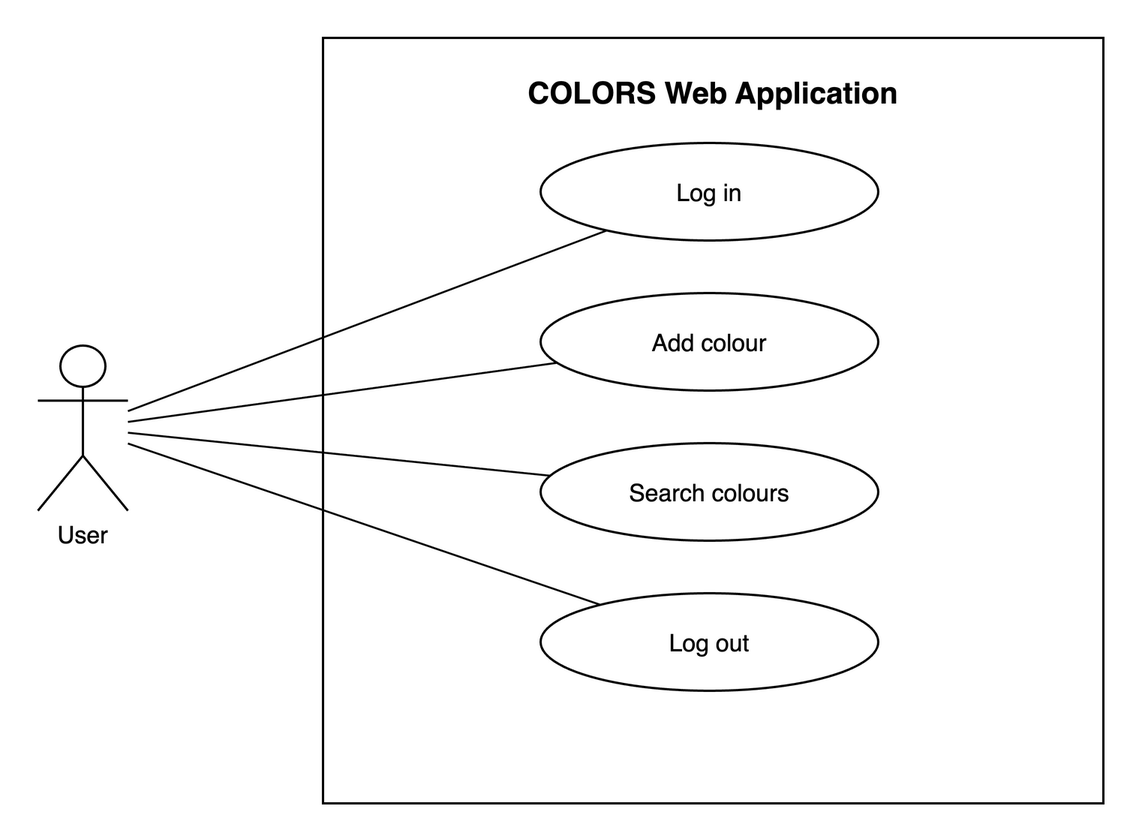
The draw.io diagram docs/uml/usecase.png in milesrack/colors-lamp, before a commit. Source tidied: cells renumbered, new cells last; positions are measured from the earlier drawing's top-left corner, leaving out a move shared by most shapes. Its diagram source:
```xml
<mxGraphModel background="#FFFFFF">
  <root>
    <mxCell id="0" />
    <mxCell id="1" parent="0" />
    <mxCell id="2" value="COLORS Web Application" style="html=1;whiteSpace=wrap;fontFamily=Helvetica;fontSize=16;fontColor=#000000;strokeColor=#000000;fillColor=#FFFFFF;strokeWidth=1.5;rounded=0;verticalAlign=top;spacingTop=18;fontStyle=1;fontSize=20;" parent="1" vertex="1">
      <mxGeometry x="190" width="520" height="510" as="geometry" />
    </mxCell>
    <mxCell id="3" value="User" style="html=1;whiteSpace=wrap;fontFamily=Helvetica;fontSize=16;fontColor=#000000;strokeColor=#000000;fillColor=#FFFFFF;strokeWidth=1.5;shape=umlActor;verticalLabelPosition=bottom;verticalAlign=top;" parent="1" vertex="1">
      <mxGeometry y="205" width="60" height="110" as="geometry" />
    </mxCell>
    <mxCell id="4" value="Log in" style="html=1;whiteSpace=wrap;fontFamily=Helvetica;fontSize=16;fontColor=#000000;strokeColor=#000000;fillColor=#FFFFFF;strokeWidth=1.5;ellipse;" parent="1" vertex="1">
      <mxGeometry x="335" y="70" width="225" height="65" as="geometry" />
    </mxCell>
    <mxCell id="5" style="edgeStyle=orthogonalEdgeStyle;rounded=0;html=1;fontFamily=Helvetica;fontSize=14;fontColor=#000000;strokeColor=#000000;strokeWidth=1.3;labelBackgroundColor=#FFFFFF;endArrow=block;endFill=1;jettySize=auto;edgeStyle=none;endArrow=none;" parent="1" edge="1" source="3" target="4">
      <mxGeometry relative="1" as="geometry" />
    </mxCell>
    <mxCell id="6" value="Add colour" style="html=1;whiteSpace=wrap;fontFamily=Helvetica;fontSize=16;fontColor=#000000;strokeColor=#000000;fillColor=#FFFFFF;strokeWidth=1.5;ellipse;" parent="1" vertex="1">
      <mxGeometry x="335" y="170" width="225" height="65" as="geometry" />
    </mxCell>
    <mxCell id="7" style="edgeStyle=orthogonalEdgeStyle;rounded=0;html=1;fontFamily=Helvetica;fontSize=14;fontColor=#000000;strokeColor=#000000;strokeWidth=1.3;labelBackgroundColor=#FFFFFF;endArrow=block;endFill=1;jettySize=auto;edgeStyle=none;endArrow=none;" parent="1" edge="1" source="3" target="6">
      <mxGeometry relative="1" as="geometry" />
    </mxCell>
    <mxCell id="8" value="Search colours" style="html=1;whiteSpace=wrap;fontFamily=Helvetica;fontSize=16;fontColor=#000000;strokeColor=#000000;fillColor=#FFFFFF;strokeWidth=1.5;ellipse;" parent="1" vertex="1">
      <mxGeometry x="335" y="270" width="225" height="65" as="geometry" />
    </mxCell>
    <mxCell id="9" style="edgeStyle=orthogonalEdgeStyle;rounded=0;html=1;fontFamily=Helvetica;fontSize=14;fontColor=#000000;strokeColor=#000000;strokeWidth=1.3;labelBackgroundColor=#FFFFFF;endArrow=block;endFill=1;jettySize=auto;edgeStyle=none;endArrow=none;" parent="1" edge="1" source="3" target="8">
      <mxGeometry relative="1" as="geometry" />
    </mxCell>
    <mxCell id="10" value="Log out" style="html=1;whiteSpace=wrap;fontFamily=Helvetica;fontSize=16;fontColor=#000000;strokeColor=#000000;fillColor=#FFFFFF;strokeWidth=1.5;ellipse;" parent="1" vertex="1">
      <mxGeometry x="335" y="370" width="225" height="65" as="geometry" />
    </mxCell>
    <mxCell id="11" style="edgeStyle=orthogonalEdgeStyle;rounded=0;html=1;fontFamily=Helvetica;fontSize=14;fontColor=#000000;strokeColor=#000000;strokeWidth=1.3;labelBackgroundColor=#FFFFFF;endArrow=block;endFill=1;jettySize=auto;edgeStyle=none;endArrow=none;" parent="1" edge="1" source="3" target="10">
      <mxGeometry relative="1" as="geometry" />
    </mxCell>
  </root>
</mxGraphModel>
```
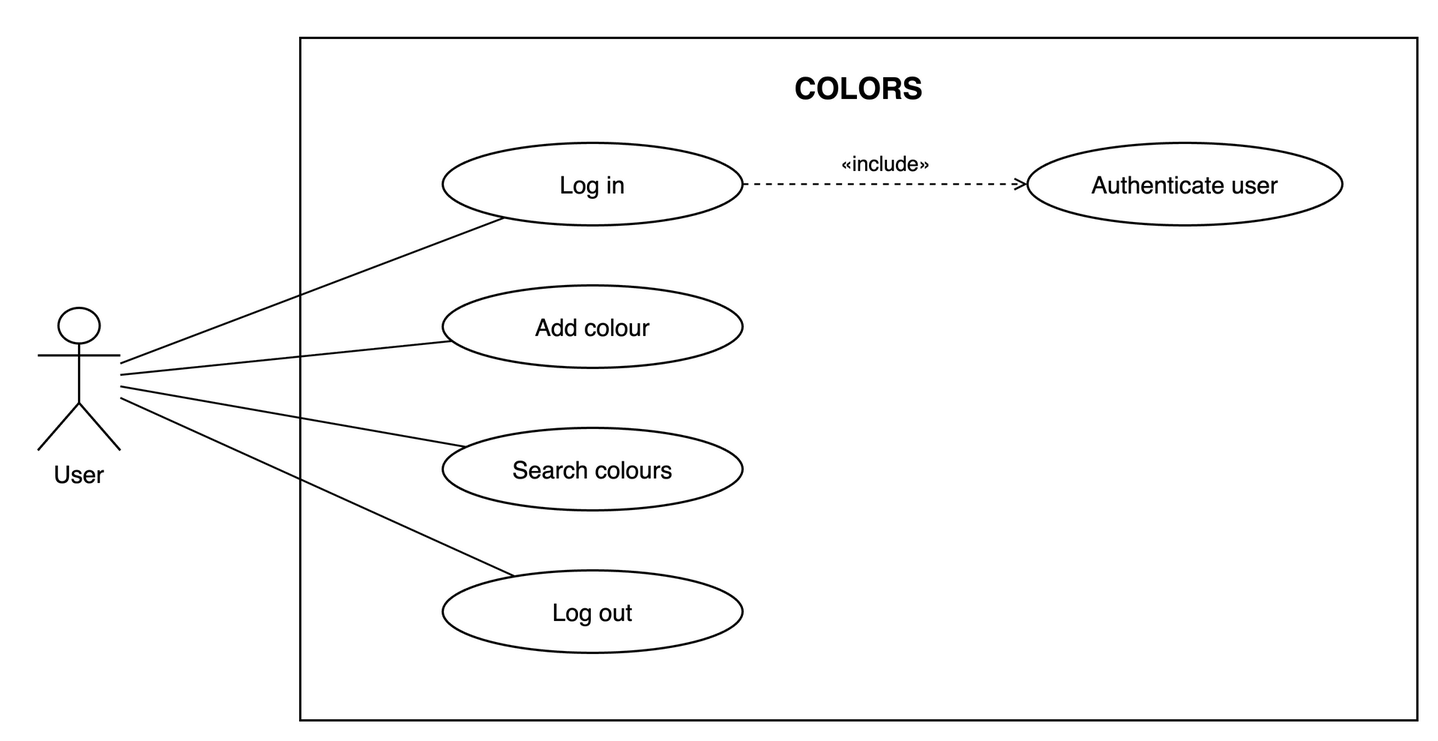
The same file after the commit.

Commit message:
docs(uml): simplify diagrams and add login include relationship

The edit, as a diff of the source:
```diff
@@ -2,35 +2,43 @@
   <root>
     <mxCell id="0" />
     <mxCell id="1" parent="0" />
-    <mxCell id="2" value="COLORS Web Application" style="html=1;whiteSpace=wrap;fontFamily=Helvetica;fontSize=16;fontColor=#000000;strokeColor=#000000;fillColor=#FFFFFF;strokeWidth=1.5;rounded=0;verticalAlign=top;spacingTop=18;fontStyle=1;fontSize=20;" parent="1" vertex="1">
-      <mxGeometry x="190" width="520" height="510" as="geometry" />
+    <mxCell id="2" value="COLORS" style="html=1;whiteSpace=wrap;fontFamily=Helvetica;fontSize=16;fontColor=#000000;strokeColor=#000000;fillColor=#FFFFFF;strokeWidth=1.5;rounded=0;verticalAlign=top;spacingTop=15;fontStyle=1;fontSize=20;" parent="1" vertex="1">
+      <mxGeometry x="160" y="-10" width="745" height="455" as="geometry" />
     </mxCell>
     <mxCell id="3" value="User" style="html=1;whiteSpace=wrap;fontFamily=Helvetica;fontSize=16;fontColor=#000000;strokeColor=#000000;fillColor=#FFFFFF;strokeWidth=1.5;shape=umlActor;verticalLabelPosition=bottom;verticalAlign=top;" parent="1" vertex="1">
-      <mxGeometry y="205" width="60" height="110" as="geometry" />
+      <mxGeometry x="-15" y="170" width="55" height="95" as="geometry" />
     </mxCell>
     <mxCell id="4" value="Log in" style="html=1;whiteSpace=wrap;fontFamily=Helvetica;fontSize=16;fontColor=#000000;strokeColor=#000000;fillColor=#FFFFFF;strokeWidth=1.5;ellipse;" parent="1" vertex="1">
-      <mxGeometry x="335" y="70" width="225" height="65" as="geometry" />
+      <mxGeometry x="255" y="60" width="200" height="55" as="geometry" />
     </mxCell>
     <mxCell id="5" style="edgeStyle=orthogonalEdgeStyle;rounded=0;html=1;fontFamily=Helvetica;fontSize=14;fontColor=#000000;strokeColor=#000000;strokeWidth=1.3;labelBackgroundColor=#FFFFFF;endArrow=block;endFill=1;jettySize=auto;edgeStyle=none;endArrow=none;" parent="1" edge="1" source="3" target="4">
       <mxGeometry relative="1" as="geometry" />
     </mxCell>
     <mxCell id="6" value="Add colour" style="html=1;whiteSpace=wrap;fontFamily=Helvetica;fontSize=16;fontColor=#000000;strokeColor=#000000;fillColor=#FFFFFF;strokeWidth=1.5;ellipse;" parent="1" vertex="1">
-      <mxGeometry x="335" y="170" width="225" height="65" as="geometry" />
+      <mxGeometry x="255" y="155" width="200" height="55" as="geometry" />
     </mxCell>
     <mxCell id="7" style="edgeStyle=orthogonalEdgeStyle;rounded=0;html=1;fontFamily=Helvetica;fontSize=14;fontColor=#000000;strokeColor=#000000;strokeWidth=1.3;labelBackgroundColor=#FFFFFF;endArrow=block;endFill=1;jettySize=auto;edgeStyle=none;endArrow=none;" parent="1" edge="1" source="3" target="6">
       <mxGeometry relative="1" as="geometry" />
     </mxCell>
     <mxCell id="8" value="Search colours" style="html=1;whiteSpace=wrap;fontFamily=Helvetica;fontSize=16;fontColor=#000000;strokeColor=#000000;fillColor=#FFFFFF;strokeWidth=1.5;ellipse;" parent="1" vertex="1">
-      <mxGeometry x="335" y="270" width="225" height="65" as="geometry" />
+      <mxGeometry x="255" y="250" width="200" height="55" as="geometry" />
     </mxCell>
     <mxCell id="9" style="edgeStyle=orthogonalEdgeStyle;rounded=0;html=1;fontFamily=Helvetica;fontSize=14;fontColor=#000000;strokeColor=#000000;strokeWidth=1.3;labelBackgroundColor=#FFFFFF;endArrow=block;endFill=1;jettySize=auto;edgeStyle=none;endArrow=none;" parent="1" edge="1" source="3" target="8">
       <mxGeometry relative="1" as="geometry" />
     </mxCell>
     <mxCell id="10" value="Log out" style="html=1;whiteSpace=wrap;fontFamily=Helvetica;fontSize=16;fontColor=#000000;strokeColor=#000000;fillColor=#FFFFFF;strokeWidth=1.5;ellipse;" parent="1" vertex="1">
-      <mxGeometry x="335" y="370" width="225" height="65" as="geometry" />
+      <mxGeometry x="255" y="345" width="200" height="55" as="geometry" />
     </mxCell>
     <mxCell id="11" style="edgeStyle=orthogonalEdgeStyle;rounded=0;html=1;fontFamily=Helvetica;fontSize=14;fontColor=#000000;strokeColor=#000000;strokeWidth=1.3;labelBackgroundColor=#FFFFFF;endArrow=block;endFill=1;jettySize=auto;edgeStyle=none;endArrow=none;" parent="1" edge="1" source="3" target="10">
       <mxGeometry relative="1" as="geometry" />
     </mxCell>
+    <mxCell id="12" value="Authenticate user" style="html=1;whiteSpace=wrap;fontFamily=Helvetica;fontSize=16;fontColor=#000000;strokeColor=#000000;fillColor=#FFFFFF;strokeWidth=1.5;ellipse;" parent="1" vertex="1">
+      <mxGeometry x="645" y="60" width="210" height="55" as="geometry" />
+    </mxCell>
+    <mxCell id="13" value="«include»" style="edgeStyle=orthogonalEdgeStyle;rounded=0;html=1;fontFamily=Helvetica;fontSize=14;fontColor=#000000;strokeColor=#000000;strokeWidth=1.3;labelBackgroundColor=#FFFFFF;endArrow=block;endFill=1;jettySize=auto;edgeStyle=none;dashed=1;endArrow=open;endFill=0;exitX=1;exitY=0.5;entryX=0;entryY=0.5;" parent="1" edge="1" source="4" target="12">
+      <mxGeometry relative="1" as="geometry">
+        <mxPoint y="-14" as="offset" />
+      </mxGeometry>
+    </mxCell>
   </root>
 </mxGraphModel>
```
